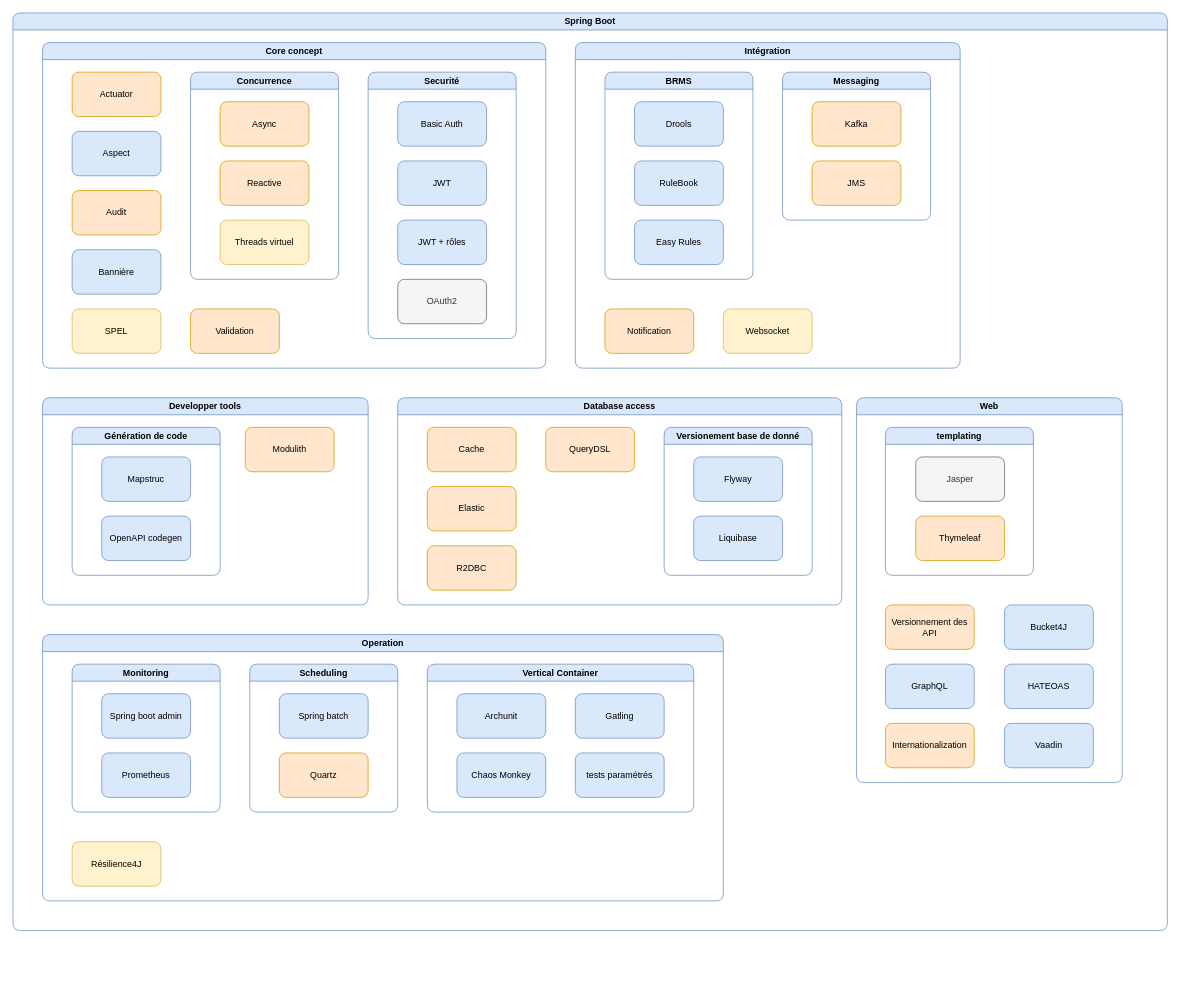
Above: springboot.drawio in ErwanLT/springboot-demo (draw.io), before the change. Source tidied: cells renumbered, new cells numbered last; positions are measured from the earlier drawing's top-left corner, leaving out a move shared by most shapes. Both pictures are drawn from the tidied source at 74%, with x=0, y=0 at pixel (13, 13).
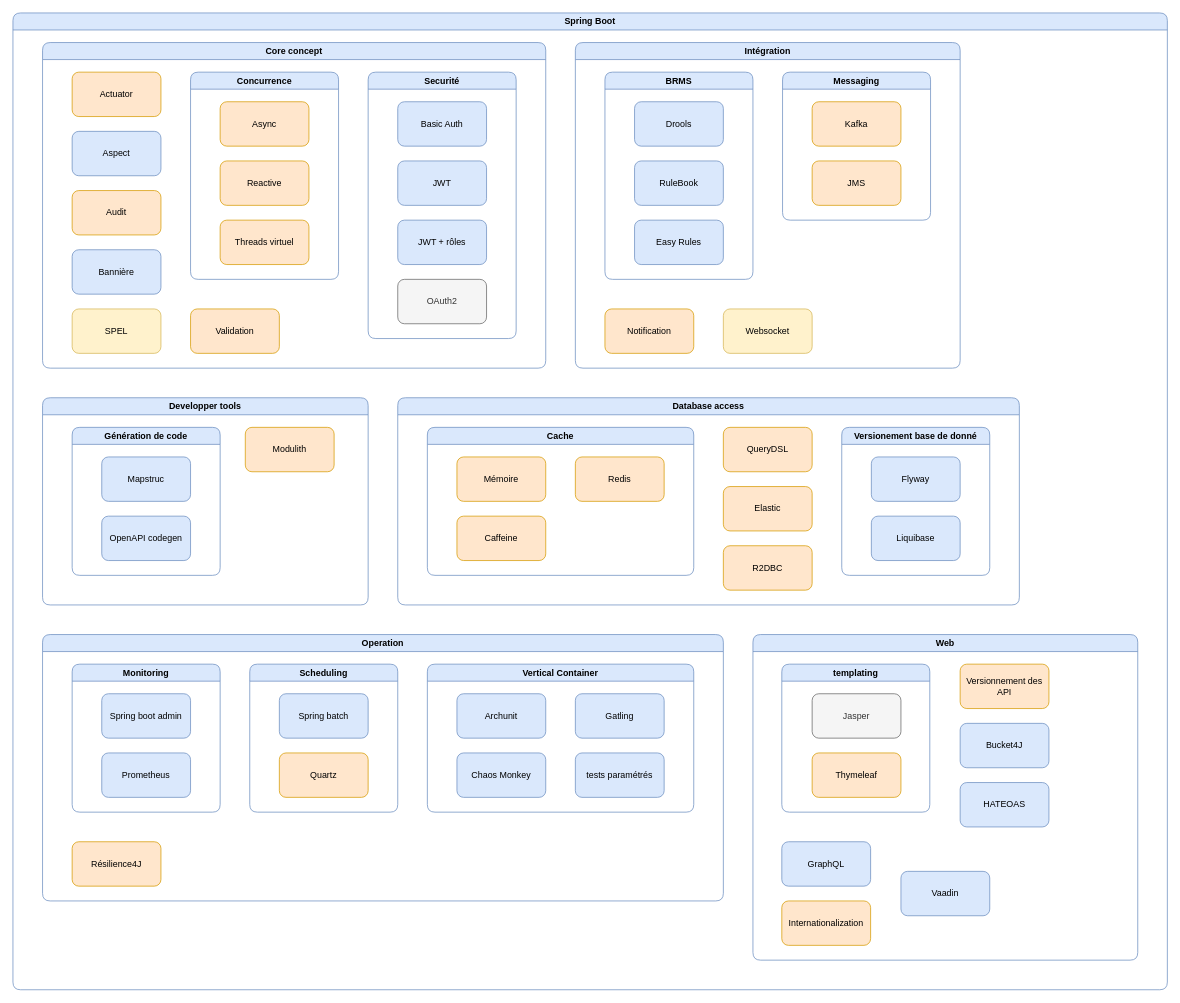
The same page after the edit.

Commit message:
Mettre à jour springboot.drawio

Unchanged cells that the change refers to:
```xml
<mxCell id="8" value="Concurrence" style="swimlane;whiteSpace=wrap;html=1;rounded=1;fillColor=#dae8fc;strokeColor=#6c8ebf;" parent="3" vertex="1">
  <mxGeometry x="200" y="40" width="200" height="280" as="geometry" />
</mxCell>
<mxCell id="42" value="Operation" style="swimlane;whiteSpace=wrap;html=1;rounded=1;fillColor=#dae8fc;strokeColor=#6c8ebf;" parent="2" vertex="1">
  <mxGeometry x="40" y="840" width="920" height="360" as="geometry" />
</mxCell>
```

Diff of the diagram source:
```diff
@@
     <mxCell id="2" value="Spring Boot" style="swimlane;whiteSpace=wrap;html=1;rounded=1;fillColor=#dae8fc;strokeColor=#6c8ebf;" parent="1" vertex="1">
-      <mxGeometry width="1560" height="1240" as="geometry" />
+      <mxGeometry width="1560" height="1320" as="geometry" />
     </mxCell>
@@
-    <mxCell id="11" value="Threads virtuel" style="rounded=1;whiteSpace=wrap;html=1;fillColor=#fff2cc;strokeColor=#d6b656;" parent="8" vertex="1">
+    <mxCell id="11" value="Threads virtuel" style="rounded=1;whiteSpace=wrap;html=1;fillColor=#ffe6cc;strokeColor=#d79b00;" parent="8" vertex="1">
       <mxGeometry x="40" y="200" width="120" height="60" as="geometry" />
     </mxCell>
@@
     <mxCell id="19" value="Database access" style="swimlane;whiteSpace=wrap;html=1;rounded=1;fillColor=#dae8fc;strokeColor=#6c8ebf;" parent="2" vertex="1">
-      <mxGeometry x="520" y="520" width="600" height="280" as="geometry" />
+      <mxGeometry x="520" y="520" width="840" height="280" as="geometry" />
     </mxCell>
-    <mxCell id="20" value="Cache" style="rounded=1;whiteSpace=wrap;html=1;fillColor=#ffe6cc;strokeColor=#d79b00;" parent="19" vertex="1">
-      <mxGeometry x="40" y="40" width="120" height="60" as="geometry" />
-    </mxCell>
     <mxCell id="21" value="Elastic" style="rounded=1;whiteSpace=wrap;html=1;fillColor=#ffe6cc;strokeColor=#d79b00;" parent="19" vertex="1">
-      <mxGeometry x="40" y="120" width="120" height="60" as="geometry" />
+      <mxGeometry x="440" y="120" width="120" height="60" as="geometry" />
     </mxCell>
     <mxCell id="22" value="Versionement base de donné" style="swimlane;whiteSpace=wrap;html=1;rounded=1;fillColor=#dae8fc;strokeColor=#6c8ebf;" parent="19" vertex="1">
-      <mxGeometry x="360" y="40" width="200" height="200" as="geometry" />
+      <mxGeometry x="600" y="40" width="200" height="200" as="geometry" />
     </mxCell>
@@
     <mxCell id="25" value="R2DBC" style="rounded=1;whiteSpace=wrap;html=1;fillColor=#ffe6cc;strokeColor=#d79b00;" parent="19" vertex="1">
-      <mxGeometry x="40" y="200" width="120" height="60" as="geometry" />
+      <mxGeometry x="440" y="200" width="120" height="60" as="geometry" />
     </mxCell>
     <mxCell id="26" value="QueryDSL" style="rounded=1;whiteSpace=wrap;html=1;fillColor=#ffe6cc;strokeColor=#d79b00;" parent="19" vertex="1">
-      <mxGeometry x="200" y="40" width="120" height="60" as="geometry" />
+      <mxGeometry x="440" y="40" width="120" height="60" as="geometry" />
     </mxCell>
+    <mxCell id="20" value="Cache" style="swimlane;whiteSpace=wrap;html=1;rounded=1;fillColor=#dae8fc;strokeColor=#6c8ebf;" parent="19" vertex="1">
+      <mxGeometry x="40" y="40" width="360" height="200" as="geometry" />
+    </mxCell>
+    <mxCell id="65" value="Mémoire" style="rounded=1;whiteSpace=wrap;html=1;fillColor=#ffe6cc;strokeColor=#d79b00;" parent="20" vertex="1">
+      <mxGeometry x="40" y="40" width="120" height="60" as="geometry" />
+    </mxCell>
+    <mxCell id="66" value="Caffeine" style="rounded=1;whiteSpace=wrap;html=1;fillColor=#ffe6cc;strokeColor=#d79b00;" parent="20" vertex="1">
+      <mxGeometry x="40" y="120" width="120" height="60" as="geometry" />
+    </mxCell>
+    <mxCell id="67" value="Redis" style="rounded=1;whiteSpace=wrap;html=1;fillColor=#ffe6cc;strokeColor=#d79b00;" parent="20" vertex="1">
+      <mxGeometry x="200" y="40" width="120" height="60" as="geometry" />
+    </mxCell>
@@
-    <mxCell id="54" value="Résilience4J" style="rounded=1;whiteSpace=wrap;html=1;fillColor=#fff2cc;strokeColor=#d6b656;" parent="42" vertex="1">
+    <mxCell id="54" value="Résilience4J" style="rounded=1;whiteSpace=wrap;html=1;fillColor=#ffe6cc;strokeColor=#d79b00;" parent="42" vertex="1">
       <mxGeometry x="40" y="280" width="120" height="60" as="geometry" />
     </mxCell>
     <mxCell id="55" value="Web" style="swimlane;whiteSpace=wrap;html=1;rounded=1;fillColor=#dae8fc;strokeColor=#6c8ebf;" parent="2" vertex="1">
-      <mxGeometry x="1140" y="520" width="359" height="520" as="geometry" />
+      <mxGeometry x="1000" y="840" width="520" height="440" as="geometry" />
     </mxCell>
@@
     <mxCell id="59" value="Versionnement des API" style="rounded=1;whiteSpace=wrap;html=1;fillColor=#ffe6cc;strokeColor=#d79b00;" parent="55" vertex="1">
-      <mxGeometry x="39" y="280" width="120" height="60" as="geometry" />
+      <mxGeometry x="280" y="40" width="120" height="60" as="geometry" />
     </mxCell>
     <mxCell id="60" value="Bucket4J" style="rounded=1;whiteSpace=wrap;html=1;fillColor=#dae8fc;strokeColor=#6c8ebf;" parent="55" vertex="1">
-      <mxGeometry x="200" y="280" width="120" height="60" as="geometry" />
+      <mxGeometry x="280" y="120" width="120" height="60" as="geometry" />
     </mxCell>
     <mxCell id="61" value="GraphQL" style="rounded=1;whiteSpace=wrap;html=1;fillColor=#dae8fc;strokeColor=#6c8ebf;" parent="55" vertex="1">
-      <mxGeometry x="39" y="360" width="120" height="60" as="geometry" />
+      <mxGeometry x="39" y="280" width="120" height="60" as="geometry" />
     </mxCell>
     <mxCell id="62" value="HATEOAS" style="rounded=1;whiteSpace=wrap;html=1;fillColor=#dae8fc;strokeColor=#6c8ebf;" parent="55" vertex="1">
-      <mxGeometry x="200" y="360" width="120" height="60" as="geometry" />
+      <mxGeometry x="280" y="200" width="120" height="60" as="geometry" />
     </mxCell>
     <mxCell id="63" value="Internationalization" style="rounded=1;whiteSpace=wrap;html=1;fillColor=#ffe6cc;strokeColor=#d79b00;" parent="55" vertex="1">
-      <mxGeometry x="39" y="440" width="120" height="60" as="geometry" />
+      <mxGeometry x="39" y="360" width="120" height="60" as="geometry" />
     </mxCell>
     <mxCell id="64" value="Vaadin" style="rounded=1;whiteSpace=wrap;html=1;fillColor=#dae8fc;strokeColor=#6c8ebf;" parent="55" vertex="1">
-      <mxGeometry x="200" y="440" width="120" height="60" as="geometry" />
+      <mxGeometry x="200" y="320" width="120" height="60" as="geometry" />
     </mxCell>
```
